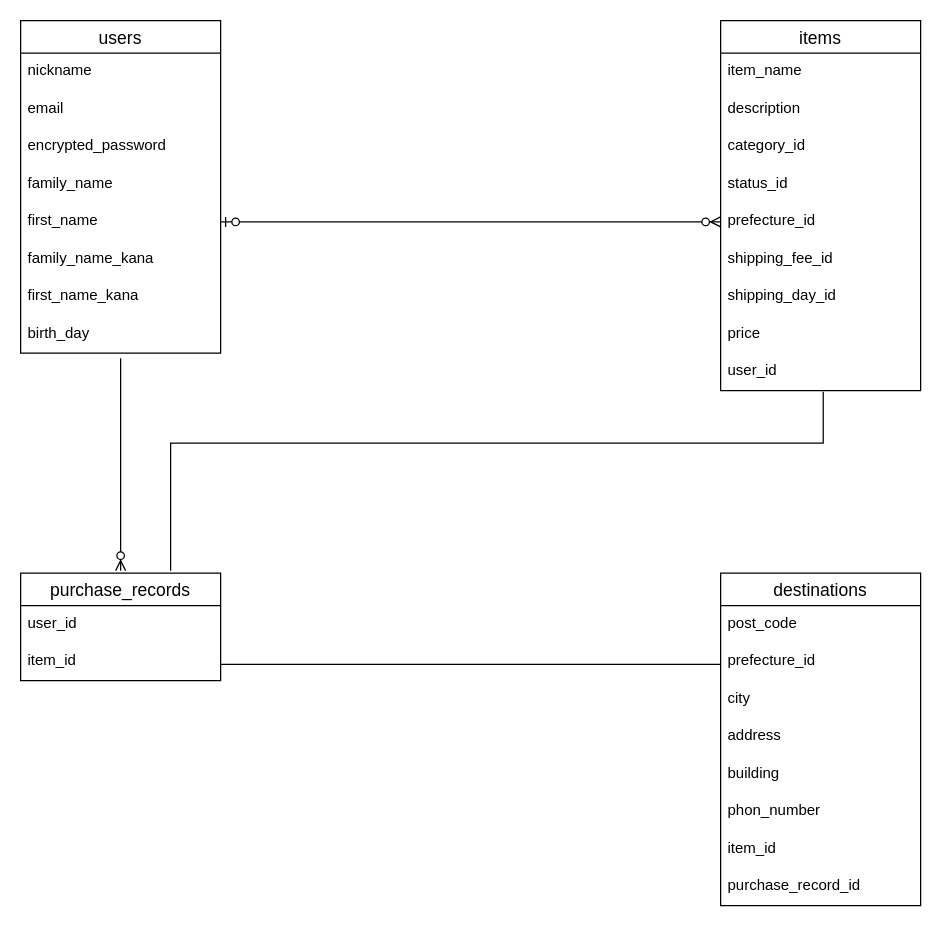
Before: FIRIMA.dio in kotaro0809/furima-38305, a draw.io diagram. Source tidied: cells renumbered, new cells numbered last; positions are measured from the earlier drawing's top-left corner, leaving out a move shared by most shapes. Both pictures are drawn from the tidied source at 125%, with x=0, y=0 at pixel (20, 20).
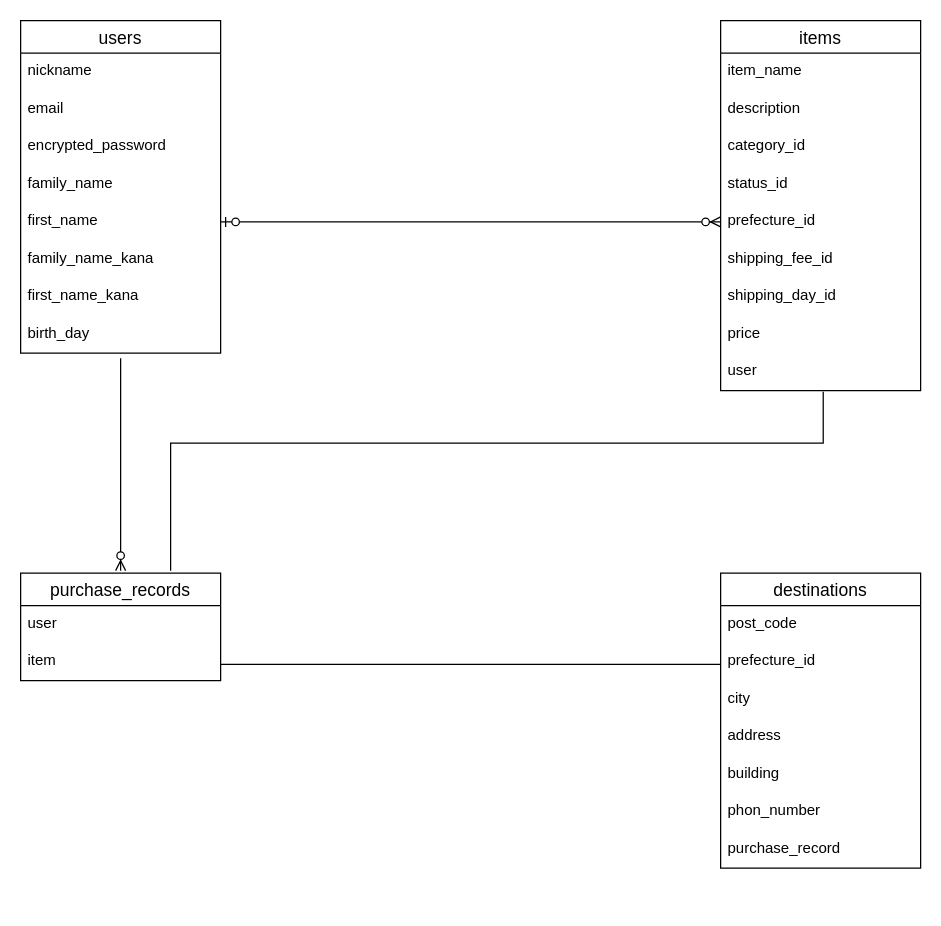
After the change.

The change refers to these unchanged cells:
```xml
<mxCell id="11" value="items" style="swimlane;fontStyle=0;horizontal=1;startSize=26;align=center;fontSize=14;" parent="1" vertex="1">
  <mxGeometry x="560" width="160" height="296" as="geometry" />
</mxCell>
<mxCell id="31" value="purchase_records" style="swimlane;fontStyle=0;horizontal=1;startSize=26;align=center;fontSize=14;" parent="1" vertex="1">
  <mxGeometry y="442" width="160" height="86" as="geometry" />
</mxCell>
```

Change to the diagram source:
```diff
@@
-    <mxCell id="20" value="user_id" style="text;strokeColor=none;fillColor=none;spacingLeft=4;spacingRight=4;overflow=hidden;points=[[0,0.5],[1,0.5]];portConstraint=eastwest;fontSize=12;" parent="11" vertex="1">
+    <mxCell id="20" value="user" style="text;strokeColor=none;fillColor=none;spacingLeft=4;spacingRight=4;overflow=hidden;points=[[0,0.5],[1,0.5]];portConstraint=eastwest;fontSize=12;" parent="11" vertex="1">
       <mxGeometry y="266" width="160" height="30" as="geometry" />
     </mxCell>
     <mxCell id="21" value="destinations" style="swimlane;fontStyle=0;horizontal=1;startSize=26;align=center;fontSize=14;fontFamily=Helvetica;fontColor=default;" parent="1" vertex="1">
-      <mxGeometry x="560" y="442" width="160" height="266" as="geometry" />
+      <mxGeometry x="560" y="442" width="160" height="236" as="geometry" />
     </mxCell>
@@
-    <mxCell id="28" value="item_id" style="text;strokeColor=none;fillColor=none;spacingLeft=4;spacingRight=4;overflow=hidden;fontSize=12;fontFamily=Helvetica;fontColor=default;" parent="21" vertex="1">
-      <mxGeometry y="206" width="160" height="30" as="geometry" />
-    </mxCell>
-    <mxCell id="29" value="purchase_record_id" style="text;strokeColor=none;fillColor=none;spacingLeft=4;spacingRight=4;overflow=hidden;fontSize=12;fontFamily=Helvetica;fontColor=default;" parent="21" vertex="1">
-      <mxGeometry y="236" width="160" height="30" as="geometry" />
+    <mxCell id="29" value="purchase_record" style="text;strokeColor=none;fillColor=none;spacingLeft=4;spacingRight=4;overflow=hidden;fontSize=12;fontFamily=Helvetica;fontColor=default;" parent="21" vertex="1">
+      <mxGeometry y="206" width="160" height="30" as="geometry" />
     </mxCell>
@@
-    <mxCell id="32" value="user_id" style="text;strokeColor=none;fillColor=none;spacingLeft=4;spacingRight=4;overflow=hidden;fontSize=12;" parent="31" vertex="1">
+    <mxCell id="32" value="user" style="text;strokeColor=none;fillColor=none;spacingLeft=4;spacingRight=4;overflow=hidden;fontSize=12;" parent="31" vertex="1">
       <mxGeometry y="26" width="160" height="30" as="geometry" />
     </mxCell>
-    <mxCell id="33" value="item_id" style="text;strokeColor=none;fillColor=none;spacingLeft=4;spacingRight=4;overflow=hidden;fontSize=12;" parent="31" vertex="1">
+    <mxCell id="33" value="item" style="text;strokeColor=none;fillColor=none;spacingLeft=4;spacingRight=4;overflow=hidden;fontSize=12;" parent="31" vertex="1">
       <mxGeometry y="56" width="160" height="30" as="geometry" />
     </mxCell>
```
